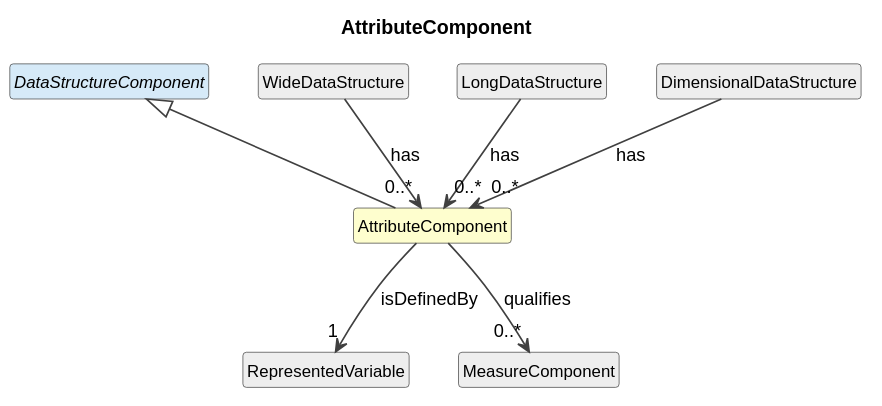
The PlantUML diagram cdif-uml-model/CDIFDataStructure/Classes/AttributeComponent.svg in Cross-Domain-Interoperability-Framework/metadataBuildingBlocks, before a commit.
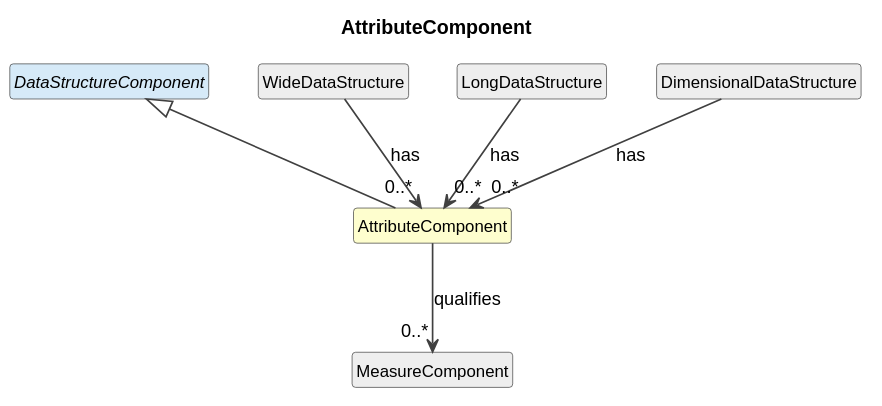
Later version of the same file.

Diff of the diagram source:
```diff
@@ -19,8 +19,6 @@
 LongDataStructure --> "0..*" AttributeComponent : has
 class "DimensionalDataStructure" as DimensionalDataStructure #EEEEEE
 DimensionalDataStructure --> "0..*" AttributeComponent : has
-class "RepresentedVariable" as RepresentedVariable #EEEEEE
-AttributeComponent --> "1" RepresentedVariable : isDefinedBy
 class "MeasureComponent" as MeasureComponent #EEEEEE
 AttributeComponent --> "0..*" MeasureComponent : qualifies
 @enduml
```
